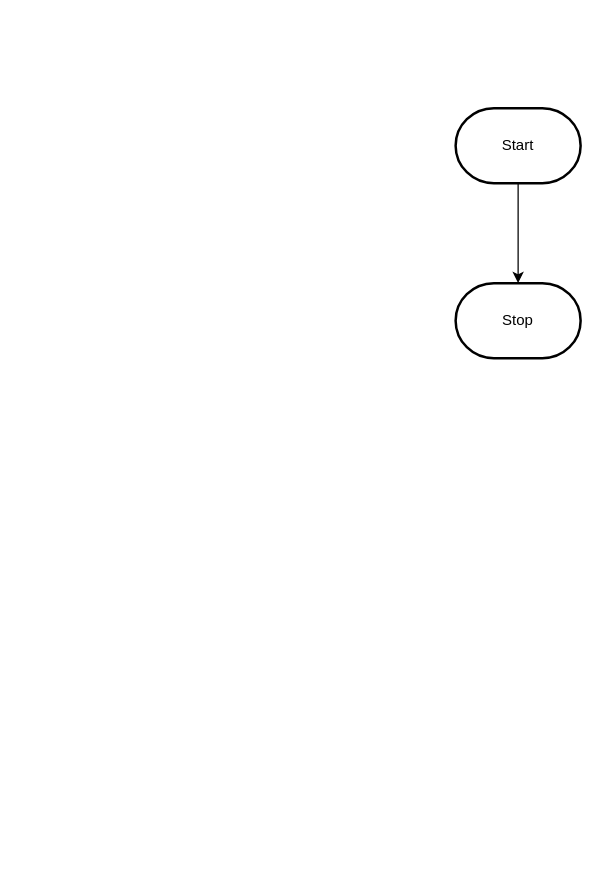
Above: design/flowchart.drawio in MTHS-TEJ2O-1-2023/TEJ2O-Unit-5-08-michael-bruneau (draw.io), before the change. Source tidied: cells renumbered, new cells numbered last; positions are measured from the earlier drawing's top-left corner, leaving out a move shared by most shapes. Both pictures are drawn from the tidied source at 125%, with x=0, y=0 at pixel (455, 108).
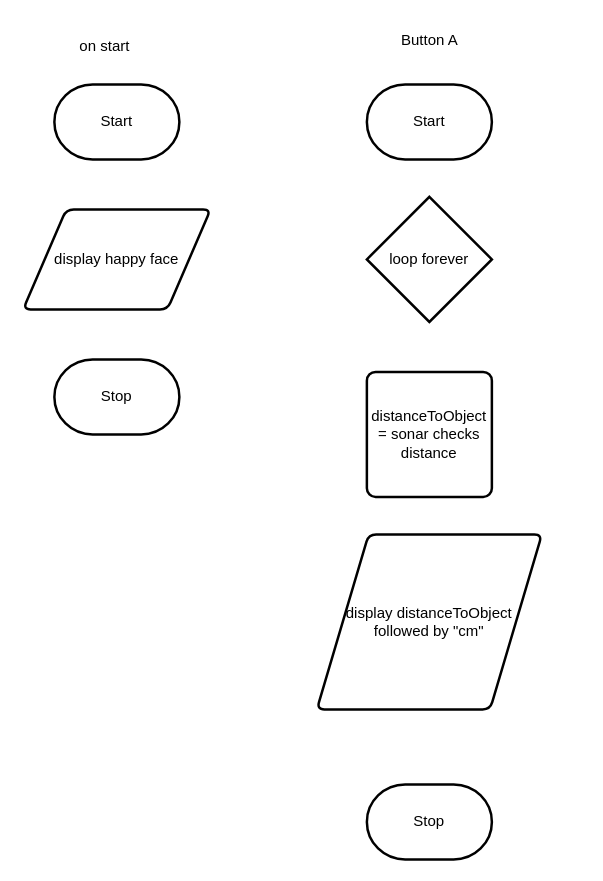
Above is the later version.

The edit, as a diff of the source:
```diff
@@
 <mxGraphModel>
   <root>
     <mxCell id="0" />
     <mxCell id="1" parent="0" />
-    <mxCell id="2" style="edgeStyle=orthogonalEdgeStyle;html=1;rounded=0;" parent="1" edge="1" source="3" target="4">
-      <mxGeometry relative="1" as="geometry" />
-    </mxCell>
     <mxCell id="3" value="Start" style="strokeWidth=2;html=1;shape=mxgraph.flowchart.terminator;whiteSpace=wrap;" parent="1" vertex="1">
-      <mxGeometry width="100" height="60" as="geometry" />
+      <mxGeometry x="-321" y="-19" width="100" height="60" as="geometry" />
     </mxCell>
     <mxCell id="4" value="Stop" style="strokeWidth=2;html=1;shape=mxgraph.flowchart.terminator;whiteSpace=wrap;" parent="1" vertex="1">
-      <mxGeometry y="140" width="100" height="60" as="geometry" />
+      <mxGeometry x="-321" y="201" width="100" height="60" as="geometry" />
     </mxCell>
+    <mxCell id="2" value="on start" style="text;html=1;align=center;verticalAlign=middle;strokeColor=none;fillColor=none;" parent="1" vertex="1">
+      <mxGeometry x="-311" y="-64" width="60" height="30" as="geometry" />
+    </mxCell>
+    <mxCell id="5" value="display happy face" style="shape=parallelogram;html=1;strokeWidth=2;perimeter=parallelogramPerimeter;whiteSpace=wrap;rounded=1;arcSize=12;size=0.23;" parent="1" vertex="1">
+      <mxGeometry x="-346" y="81" width="150" height="80" as="geometry" />
+    </mxCell>
+    <mxCell id="6" value="Stop" style="strokeWidth=2;html=1;shape=mxgraph.flowchart.terminator;whiteSpace=wrap;" parent="1" vertex="1">
+      <mxGeometry x="-71" y="541" width="100" height="60" as="geometry" />
+    </mxCell>
+    <mxCell id="7" value="Start" style="strokeWidth=2;html=1;shape=mxgraph.flowchart.terminator;whiteSpace=wrap;" parent="1" vertex="1">
+      <mxGeometry x="-71" y="-19" width="100" height="60" as="geometry" />
+    </mxCell>
+    <mxCell id="8" value="Button A" style="text;html=1;align=center;verticalAlign=middle;strokeColor=none;fillColor=none;" parent="1" vertex="1">
+      <mxGeometry x="-56" y="-69" width="70" height="30" as="geometry" />
+    </mxCell>
+    <mxCell id="9" value="loop forever" style="strokeWidth=2;html=1;shape=mxgraph.flowchart.decision;whiteSpace=wrap;" parent="1" vertex="1">
+      <mxGeometry x="-71" y="71" width="100" height="100" as="geometry" />
+    </mxCell>
+    <mxCell id="10" value="distanceToObject = sonar checks distance" style="rounded=1;whiteSpace=wrap;html=1;absoluteArcSize=1;arcSize=14;strokeWidth=2;" parent="1" vertex="1">
+      <mxGeometry x="-71" y="211" width="100" height="100" as="geometry" />
+    </mxCell>
+    <mxCell id="11" value="display distanceToObject followed by &quot;cm&quot;" style="shape=parallelogram;html=1;strokeWidth=2;perimeter=parallelogramPerimeter;whiteSpace=wrap;rounded=1;arcSize=12;size=0.23;" parent="1" vertex="1">
+      <mxGeometry x="-111" y="341" width="180" height="140" as="geometry" />
+    </mxCell>
   </root>
 </mxGraphModel>
```
